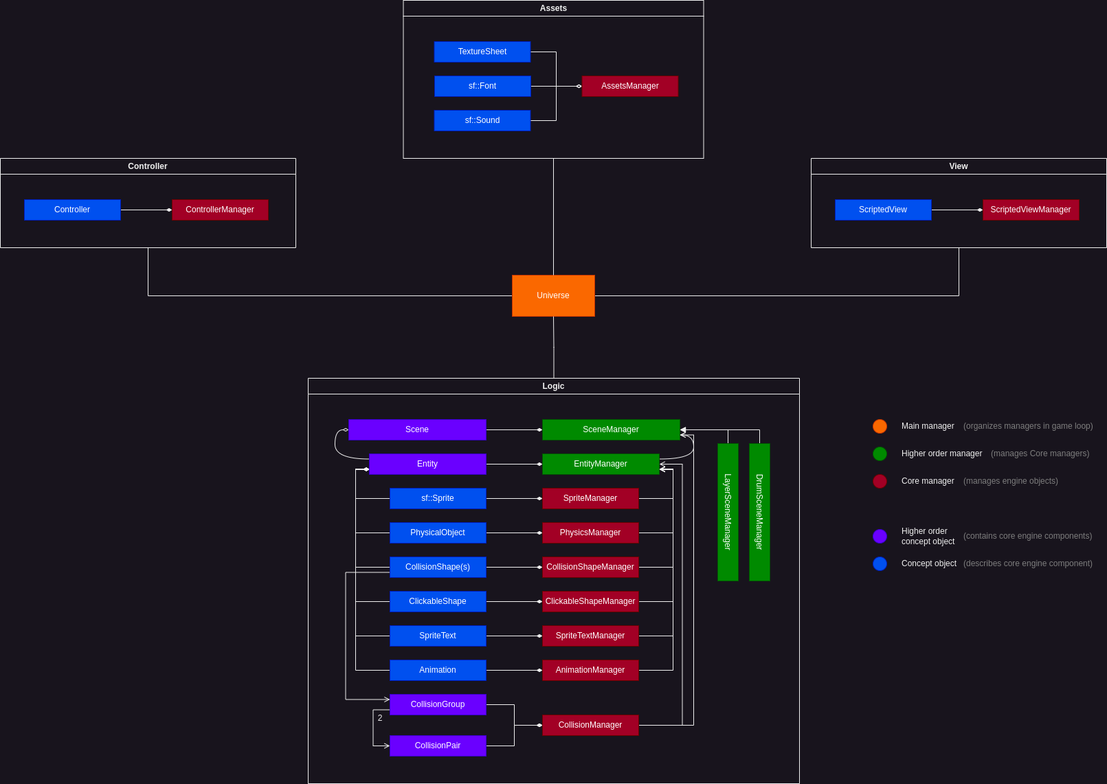
Above: notes/Engine.drawio.png in codeandjoy/SGE (draw.io), before the change. Source tidied: cells renumbered, new cells last; positions are measured from the earlier drawing's top-left corner, leaving out a move shared by most shapes.
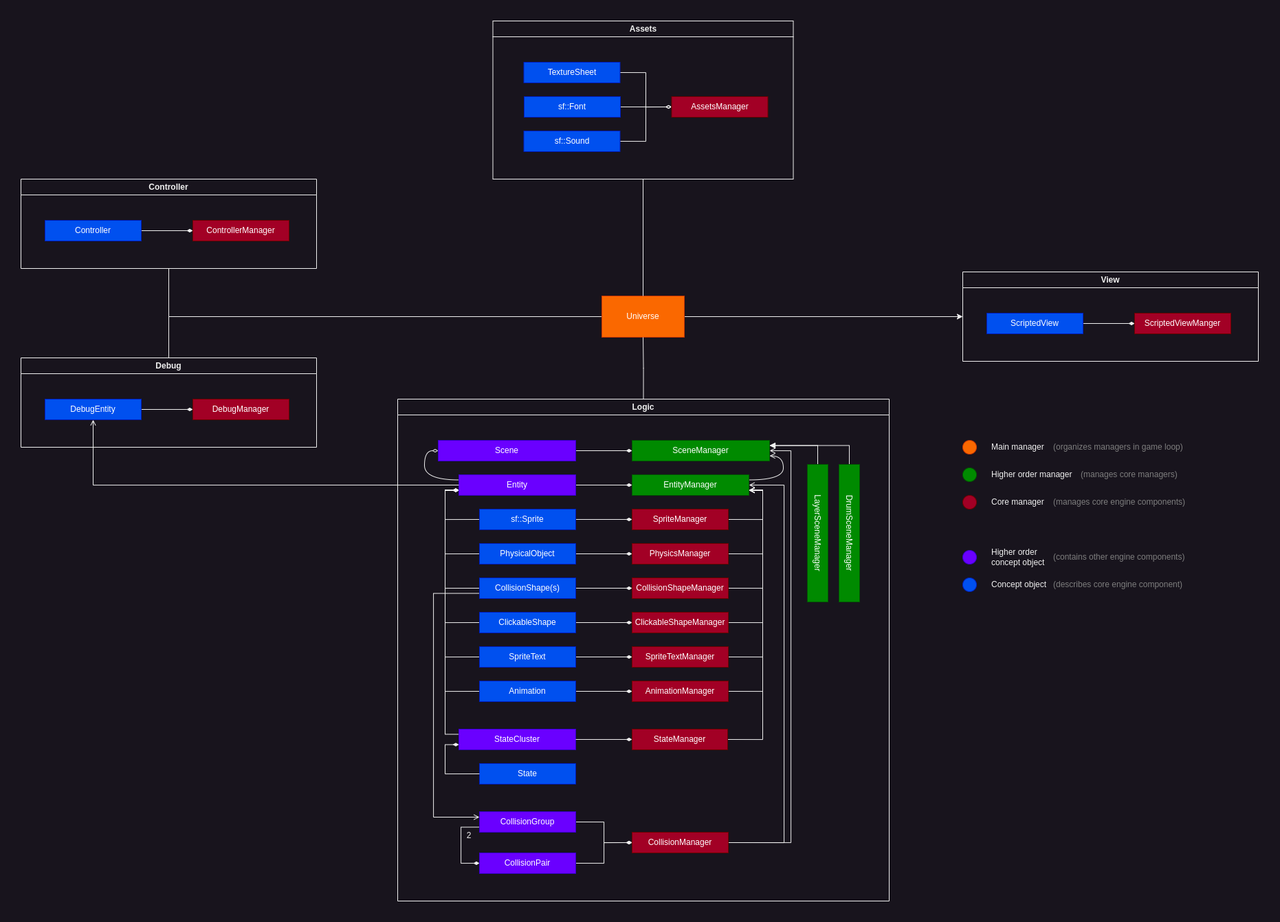
After the change.

The edit, as a diff of the source:
```diff
@@ -2,12 +2,15 @@
   <root>
     <mxCell id="0" />
     <mxCell id="1" parent="0" />
+    <mxCell id="3" style="edgeStyle=orthogonalEdgeStyle;rounded=0;jettySize=auto;html=1;exitX=0;exitY=0.5;exitDx=0;exitDy=0;entryX=0.5;entryY=1;entryDx=0;entryDy=0;endArrow=none;endFill=0;" parent="1" edge="1" source="4" target="80">
+      <mxGeometry relative="1" as="geometry" />
+    </mxCell>
-    <mxCell id="2" style="edgeStyle=orthogonalEdgeStyle;rounded=0;jettySize=auto;html=1;exitX=1;exitY=0.5;exitDx=0;exitDy=0;entryX=0.5;entryY=1;entryDx=0;entryDy=0;endArrow=none;endFill=0;" parent="1" edge="1" source="4" target="68">
+    <mxCell id="2" style="edgeStyle=orthogonalEdgeStyle;rounded=0;jettySize=auto;html=1;exitX=0;exitY=0.5;exitDx=0;exitDy=0;entryX=0.5;entryY=0;entryDx=0;entryDy=0;endArrow=none;endFill=0;" parent="1" edge="1" source="4" target="68">
       <mxGeometry relative="1" as="geometry" />
     </mxCell>
-    <mxCell id="3" style="edgeStyle=orthogonalEdgeStyle;rounded=0;jettySize=auto;html=1;exitX=0;exitY=0.5;exitDx=0;exitDy=0;entryX=0.5;entryY=1;entryDx=0;entryDy=0;endArrow=none;endFill=0;" parent="1" edge="1" source="4" target="80">
-      <mxGeometry relative="1" as="geometry" />
-    </mxCell>
+    <mxCell id="91" style="edgeStyle=orthogonalEdgeStyle;rounded=0;jettySize=auto;html=1;exitX=1;exitY=0.5;exitDx=0;exitDy=0;entryX=0;entryY=0.5;entryDx=0;entryDy=0;" parent="1" edge="1" source="4" target="99">
+      <mxGeometry relative="1" as="geometry" />
+    </mxCell>
     <mxCell id="4" value="&lt;font color=&quot;#ffffff&quot;&gt;Universe&lt;/font&gt;" style="rounded=0;whiteSpace=wrap;html=1;fillColor=#fa6800;fontColor=#000000;strokeColor=#C73500;" parent="1" vertex="1">
       <mxGeometry x="745" y="400" width="120" height="60" as="geometry" />
     </mxCell>
@@ -15,7 +18,7 @@
       <mxGeometry relative="1" as="geometry" />
     </mxCell>
     <mxCell id="6" value="Logic" style="swimlane;whiteSpace=wrap;html=1;" parent="1" vertex="1">
-      <mxGeometry x="448" y="550" width="715" height="590" as="geometry" />
+      <mxGeometry x="448" y="550" width="715" height="730" as="geometry" />
     </mxCell>
     <mxCell id="7" style="edgeStyle=orthogonalEdgeStyle;rounded=0;jettySize=auto;html=1;exitX=1;exitY=0.5;exitDx=0;exitDy=0;entryX=0;entryY=0.5;entryDx=0;entryDy=0;endArrow=diamondThin;endFill=1;" parent="6" edge="1" source="8" target="31">
       <mxGeometry relative="1" as="geometry" />
@@ -59,8 +62,9 @@
     <mxCell id="20" style="edgeStyle=orthogonalEdgeStyle;rounded=0;jettySize=auto;html=1;exitX=0;exitY=0.75;exitDx=0;exitDy=0;entryX=0;entryY=0.25;entryDx=0;entryDy=0;endArrow=open;endFill=0;" parent="6" edge="1" source="21" target="51">
       <mxGeometry relative="1" as="geometry">
         <Array as="points">
-          <mxPoint x="54.5" y="283" />
-          <mxPoint x="54.5" y="467" />
+          <mxPoint x="52" y="283" />
+          <mxPoint x="52" y="608" />
+          <mxPoint x="119" y="608" />
         </Array>
       </mxGeometry>
     </mxCell>
@@ -142,52 +146,78 @@
     <mxCell id="46" style="edgeStyle=orthogonalEdgeStyle;rounded=0;jettySize=auto;html=1;exitX=1;exitY=0.5;exitDx=0;exitDy=0;entryX=1;entryY=0.5;entryDx=0;entryDy=0;endArrow=open;endFill=0;" parent="6" edge="1" source="48" target="33">
       <mxGeometry relative="1" as="geometry">
         <Array as="points">
-          <mxPoint x="544.5" y="505" />
-          <mxPoint x="544.5" y="125" />
+          <mxPoint x="562" y="645" />
+          <mxPoint x="562" y="125" />
         </Array>
       </mxGeometry>
     </mxCell>
-    <mxCell id="47" style="edgeStyle=orthogonalEdgeStyle;rounded=0;jettySize=auto;html=1;exitX=1;exitY=0.5;exitDx=0;exitDy=0;entryX=1;entryY=0.75;entryDx=0;entryDy=0;endArrow=open;endFill=0;" parent="6" edge="1" source="48" target="31">
-      <mxGeometry relative="1" as="geometry" />
+    <mxCell id="47" style="edgeStyle=orthogonalEdgeStyle;rounded=0;jettySize=auto;html=1;exitX=1;exitY=0.5;exitDx=0;exitDy=0;entryX=1;entryY=0.5;entryDx=0;entryDy=0;endArrow=open;endFill=0;" parent="6" edge="1" source="48" target="31">
+      <mxGeometry relative="1" as="geometry">
+        <Array as="points">
+          <mxPoint x="572" y="645" />
+          <mxPoint x="572" y="75" />
+        </Array>
+      </mxGeometry>
     </mxCell>
     <mxCell id="48" value="CollisionManager" style="rounded=0;whiteSpace=wrap;html=1;fillColor=#a20025;fontColor=#ffffff;strokeColor=#6F0000;" parent="6" vertex="1">
-      <mxGeometry x="341" y="490" width="140" height="30" as="geometry" />
+      <mxGeometry x="341" y="630" width="140" height="30" as="geometry" />
     </mxCell>
-    <mxCell id="49" style="edgeStyle=orthogonalEdgeStyle;rounded=0;jettySize=auto;html=1;exitX=0;exitY=0.75;exitDx=0;exitDy=0;entryX=0;entryY=0.5;entryDx=0;entryDy=0;endArrow=open;endFill=0;" parent="6" edge="1" source="51" target="53">
-      <mxGeometry relative="1" as="geometry">
-        <Array as="points">
-          <mxPoint x="94.5" y="483" />
-          <mxPoint x="94.5" y="535" />
-        </Array>
-      </mxGeometry>
-    </mxCell>
     <mxCell id="50" style="edgeStyle=orthogonalEdgeStyle;rounded=0;jettySize=auto;html=1;exitX=1;exitY=0.5;exitDx=0;exitDy=0;entryX=0;entryY=0.5;entryDx=0;entryDy=0;endArrow=diamondThin;endFill=1;" parent="6" edge="1" source="51" target="48">
       <mxGeometry relative="1" as="geometry" />
     </mxCell>
-    <mxCell id="51" value="CollisionGroup" style="rounded=0;whiteSpace=wrap;html=1;fillColor=#6a00ff;fontColor=#ffffff;strokeColor=#3700CC;" parent="6" vertex="1">
-      <mxGeometry x="119" y="460" width="140" height="30" as="geometry" />
-    </mxCell>
     <mxCell id="52" style="edgeStyle=orthogonalEdgeStyle;rounded=0;jettySize=auto;html=1;exitX=1;exitY=0.5;exitDx=0;exitDy=0;entryX=0;entryY=0.5;entryDx=0;entryDy=0;endArrow=diamondThin;endFill=1;" parent="6" edge="1" source="53" target="48">
       <mxGeometry relative="1" as="geometry" />
     </mxCell>
     <mxCell id="53" value="CollisionPair" style="rounded=0;whiteSpace=wrap;html=1;fillColor=#6a00ff;fontColor=#ffffff;strokeColor=#3700CC;" parent="6" vertex="1">
-      <mxGeometry x="119" y="520" width="140" height="30" as="geometry" />
+      <mxGeometry x="119" y="660" width="140" height="30" as="geometry" />
     </mxCell>
     <mxCell id="54" value="2" style="text;html=1;strokeColor=none;fillColor=none;align=center;verticalAlign=middle;whiteSpace=wrap;rounded=0;" parent="6" vertex="1">
-      <mxGeometry x="74.5" y="480" width="60" height="30" as="geometry" />
+      <mxGeometry x="73.5" y="620" width="60" height="30" as="geometry" />
     </mxCell>
-    <mxCell id="55" style="edgeStyle=orthogonalEdgeStyle;rounded=0;jettySize=auto;html=1;exitX=0;exitY=0.5;exitDx=0;exitDy=0;entryX=1;entryY=0.5;entryDx=0;entryDy=0;endArrow=block;endFill=1;" parent="6" edge="1" source="56" target="31">
+    <mxCell id="55" style="edgeStyle=orthogonalEdgeStyle;rounded=0;jettySize=auto;html=1;exitX=0;exitY=0.5;exitDx=0;exitDy=0;entryX=1;entryY=0.25;entryDx=0;entryDy=0;endArrow=block;endFill=1;" parent="6" edge="1" source="56" target="31">
       <mxGeometry relative="1" as="geometry" />
     </mxCell>
     <mxCell id="56" value="DrumSceneManager" style="rounded=0;whiteSpace=wrap;html=1;rotation=90;fillColor=#008a00;fontColor=#ffffff;strokeColor=#005700;" parent="6" vertex="1">
       <mxGeometry x="557" y="180" width="200" height="30" as="geometry" />
     </mxCell>
-    <mxCell id="57" style="edgeStyle=orthogonalEdgeStyle;rounded=0;jettySize=auto;html=1;exitX=0;exitY=0.5;exitDx=0;exitDy=0;entryX=1;entryY=0.5;entryDx=0;entryDy=0;endArrow=block;endFill=1;" parent="6" edge="1" source="58" target="31">
+    <mxCell id="57" style="edgeStyle=orthogonalEdgeStyle;rounded=0;jettySize=auto;html=1;exitX=0;exitY=0.5;exitDx=0;exitDy=0;entryX=1;entryY=0.25;entryDx=0;entryDy=0;endArrow=block;endFill=1;" parent="6" edge="1" source="58" target="31">
       <mxGeometry relative="1" as="geometry" />
     </mxCell>
     <mxCell id="58" value="LayerSceneManager" style="rounded=0;whiteSpace=wrap;html=1;rotation=90;fillColor=#008a00;fontColor=#ffffff;strokeColor=#005700;" parent="6" vertex="1">
       <mxGeometry x="511" y="180" width="200" height="30" as="geometry" />
     </mxCell>
+    <mxCell id="92" style="edgeStyle=orthogonalEdgeStyle;rounded=0;jettySize=auto;html=1;exitX=0;exitY=0.25;exitDx=0;exitDy=0;entryX=0;entryY=0.75;entryDx=0;entryDy=0;endArrow=diamondThin;endFill=1;" parent="6" edge="1" source="93" target="11">
+      <mxGeometry relative="1" as="geometry" />
+    </mxCell>
+    <mxCell id="93" value="StateCluster" style="rounded=0;whiteSpace=wrap;html=1;fillColor=#6a00ff;fontColor=#ffffff;strokeColor=#3700CC;" parent="6" vertex="1">
+      <mxGeometry x="89" y="480" width="170" height="30" as="geometry" />
+    </mxCell>
+    <mxCell id="94" value="State" style="rounded=0;whiteSpace=wrap;html=1;fillColor=#0050ef;fontColor=#ffffff;strokeColor=#001DBC;" parent="6" vertex="1">
+      <mxGeometry x="119" y="530" width="140" height="30" as="geometry" />
+    </mxCell>
+    <mxCell id="95" style="edgeStyle=orthogonalEdgeStyle;rounded=0;jettySize=auto;html=1;exitX=1;exitY=0.5;exitDx=0;exitDy=0;entryX=1;entryY=0.75;entryDx=0;entryDy=0;endArrow=open;endFill=0;" parent="6" edge="1" source="96" target="33">
+      <mxGeometry relative="1" as="geometry" />
+    </mxCell>
+    <mxCell id="96" value="StateManager" style="rounded=0;whiteSpace=wrap;html=1;fillColor=#a20025;fontColor=#ffffff;strokeColor=#6F0000;" parent="6" vertex="1">
+      <mxGeometry x="341" y="480" width="139" height="30" as="geometry" />
+    </mxCell>
+    <mxCell id="97" style="edgeStyle=orthogonalEdgeStyle;rounded=0;jettySize=auto;html=1;exitX=0;exitY=0.5;exitDx=0;exitDy=0;entryX=0;entryY=0.75;entryDx=0;entryDy=0;endArrow=diamondThin;endFill=1;" parent="6" edge="1" source="94" target="93">
+      <mxGeometry relative="1" as="geometry" />
+    </mxCell>
+    <mxCell id="98" style="edgeStyle=orthogonalEdgeStyle;rounded=0;jettySize=auto;html=1;exitX=1;exitY=0.5;exitDx=0;exitDy=0;entryX=0;entryY=0.5;entryDx=0;entryDy=0;endArrow=diamondThin;endFill=1;" parent="6" edge="1" source="93" target="96">
+      <mxGeometry relative="1" as="geometry" />
+    </mxCell>
+    <mxCell id="49" style="edgeStyle=orthogonalEdgeStyle;rounded=0;jettySize=auto;html=1;exitX=0;exitY=0.75;exitDx=0;exitDy=0;entryX=0;entryY=0.5;entryDx=0;entryDy=0;endArrow=diamondThin;endFill=1;" parent="6" edge="1" source="51" target="53">
+      <mxGeometry relative="1" as="geometry">
+        <Array as="points">
+          <mxPoint x="92" y="623" />
+          <mxPoint x="92" y="675" />
+        </Array>
+      </mxGeometry>
+    </mxCell>
+    <mxCell id="51" value="CollisionGroup" style="rounded=0;whiteSpace=wrap;html=1;fillColor=#6a00ff;fontColor=#ffffff;strokeColor=#3700CC;" parent="6" vertex="1">
+      <mxGeometry x="119" y="600" width="140" height="30" as="geometry" />
+    </mxCell>
     <mxCell id="59" style="edgeStyle=orthogonalEdgeStyle;rounded=0;jettySize=auto;html=1;exitX=0.5;exitY=1;exitDx=0;exitDy=0;entryX=0.5;entryY=0;entryDx=0;entryDy=0;endArrow=none;endFill=0;" parent="1" edge="1" source="60" target="4">
       <mxGeometry relative="1" as="geometry" />
     </mxCell>
@@ -215,16 +245,16 @@
     <mxCell id="67" value="AssetsManager" style="rounded=0;whiteSpace=wrap;html=1;fillColor=#a20025;fontColor=#ffffff;strokeColor=#6F0000;" parent="60" vertex="1">
       <mxGeometry x="260" y="110" width="140" height="30" as="geometry" />
     </mxCell>
-    <mxCell id="68" value="View" style="swimlane;whiteSpace=wrap;html=1;" parent="1" vertex="1">
-      <mxGeometry x="1180" y="230" width="430" height="130" as="geometry" />
+    <mxCell id="68" value="Debug" style="swimlane;whiteSpace=wrap;html=1;" parent="1" vertex="1">
+      <mxGeometry x="-100" y="490" width="430" height="130" as="geometry" />
     </mxCell>
     <mxCell id="69" style="edgeStyle=orthogonalEdgeStyle;rounded=0;jettySize=auto;html=1;exitX=1;exitY=0.5;exitDx=0;exitDy=0;entryX=0;entryY=0.5;entryDx=0;entryDy=0;endArrow=diamondThin;endFill=1;" parent="68" edge="1" source="70" target="71">
       <mxGeometry relative="1" as="geometry" />
     </mxCell>
-    <mxCell id="70" value="ScriptedView" style="rounded=0;whiteSpace=wrap;html=1;fillColor=#0050ef;fontColor=#ffffff;strokeColor=#001DBC;" parent="68" vertex="1">
+    <mxCell id="70" value="DebugEntity" style="rounded=0;whiteSpace=wrap;html=1;fillColor=#0050ef;fontColor=#ffffff;strokeColor=#001DBC;" parent="68" vertex="1">
       <mxGeometry x="35" y="60" width="140" height="30" as="geometry" />
     </mxCell>
-    <mxCell id="71" value="ScriptedViewManager" style="rounded=0;whiteSpace=wrap;html=1;fillColor=#a20025;fontColor=#ffffff;strokeColor=#6F0000;" parent="68" vertex="1">
+    <mxCell id="71" value="DebugManager" style="rounded=0;whiteSpace=wrap;html=1;fillColor=#a20025;fontColor=#ffffff;strokeColor=#6F0000;" parent="68" vertex="1">
       <mxGeometry x="250" y="60" width="140" height="30" as="geometry" />
     </mxCell>
     <mxCell id="72" style="ellipse;whiteSpace=wrap;html=1;fillColor=#a20025;fontColor=#ffffff;strokeColor=#6F0000;" parent="1" vertex="1">
@@ -252,7 +282,7 @@
       <mxGeometry x="1310" y="605" width="100" height="30" as="geometry" />
     </mxCell>
     <mxCell id="80" value="Controller" style="swimlane;whiteSpace=wrap;html=1;" parent="1" vertex="1">
-      <mxGeometry y="230" width="430" height="130" as="geometry" />
+      <mxGeometry x="-100" y="230" width="430" height="130" as="geometry" />
     </mxCell>
     <mxCell id="81" style="edgeStyle=orthogonalEdgeStyle;rounded=0;jettySize=auto;html=1;exitX=1;exitY=0.5;exitDx=0;exitDy=0;entryX=0;entryY=0.5;entryDx=0;entryDy=0;endArrow=diamondThin;endFill=1;" parent="80" edge="1" source="82" target="83">
       <mxGeometry relative="1" as="geometry" />
@@ -263,13 +293,13 @@
     <mxCell id="83" value="ControllerManager" style="rounded=0;whiteSpace=wrap;html=1;fillColor=#a20025;fontColor=#ffffff;strokeColor=#6F0000;" parent="80" vertex="1">
       <mxGeometry x="250" y="60" width="140" height="30" as="geometry" />
     </mxCell>
-    <mxCell id="84" value="&lt;font color=&quot;#7d7d7d&quot;&gt;(manages Core managers)&lt;/font&gt;" style="text;html=1;strokeColor=none;fillColor=none;align=left;verticalAlign=middle;whiteSpace=wrap;rounded=0;" parent="1" vertex="1">
+    <mxCell id="84" value="&lt;font color=&quot;#7d7d7d&quot;&gt;(manages core managers)&lt;/font&gt;" style="text;html=1;strokeColor=none;fillColor=none;align=left;verticalAlign=middle;whiteSpace=wrap;rounded=0;" parent="1" vertex="1">
       <mxGeometry x="1440" y="645" width="150" height="30" as="geometry" />
     </mxCell>
     <mxCell id="85" value="&lt;font color=&quot;#7d7d7d&quot;&gt;(organizes managers in game loop)&lt;/font&gt;" style="text;html=1;strokeColor=none;fillColor=none;align=left;verticalAlign=middle;whiteSpace=wrap;rounded=0;" parent="1" vertex="1">
       <mxGeometry x="1400" y="605" width="200" height="30" as="geometry" />
     </mxCell>
-    <mxCell id="86" value="&lt;font color=&quot;#7d7d7d&quot;&gt;(manages engine objects)&lt;/font&gt;" style="text;html=1;strokeColor=none;fillColor=none;align=left;verticalAlign=middle;whiteSpace=wrap;rounded=0;" parent="1" vertex="1">
+    <mxCell id="86" value="&lt;font color=&quot;#7d7d7d&quot;&gt;(manages core engine components)&lt;/font&gt;" style="text;html=1;strokeColor=none;fillColor=none;align=left;verticalAlign=middle;whiteSpace=wrap;rounded=0;" parent="1" vertex="1">
       <mxGeometry x="1400" y="685" width="200" height="30" as="geometry" />
     </mxCell>
     <mxCell id="87" value="&lt;font color=&quot;#7d7d7d&quot;&gt;(describes core engine component)&lt;/font&gt;" style="text;html=1;strokeColor=none;fillColor=none;align=left;verticalAlign=middle;whiteSpace=wrap;rounded=0;" parent="1" vertex="1">
@@ -281,8 +311,23 @@
     <mxCell id="89" value="Higher order concept object" style="text;html=1;strokeColor=none;fillColor=none;align=left;verticalAlign=middle;whiteSpace=wrap;rounded=0;" parent="1" vertex="1">
       <mxGeometry x="1310" y="765" width="100" height="30" as="geometry" />
     </mxCell>
-    <mxCell id="90" value="&lt;font color=&quot;#7d7d7d&quot;&gt;(contains core engine components)&lt;/font&gt;" style="text;html=1;strokeColor=none;fillColor=none;align=left;verticalAlign=middle;whiteSpace=wrap;rounded=0;" parent="1" vertex="1">
+    <mxCell id="90" value="&lt;font color=&quot;#7d7d7d&quot;&gt;(contains other engine components)&lt;/font&gt;" style="text;html=1;strokeColor=none;fillColor=none;align=left;verticalAlign=middle;whiteSpace=wrap;rounded=0;" parent="1" vertex="1">
       <mxGeometry x="1400" y="765" width="200" height="30" as="geometry" />
     </mxCell>
+    <mxCell id="99" value="View" style="swimlane;whiteSpace=wrap;html=1;" parent="1" vertex="1">
+      <mxGeometry x="1270" y="365" width="430" height="130" as="geometry" />
+    </mxCell>
+    <mxCell id="100" style="edgeStyle=orthogonalEdgeStyle;rounded=0;jettySize=auto;html=1;exitX=1;exitY=0.5;exitDx=0;exitDy=0;entryX=0;entryY=0.5;entryDx=0;entryDy=0;endArrow=diamondThin;endFill=1;" parent="99" edge="1" source="101" target="102">
+      <mxGeometry relative="1" as="geometry" />
+    </mxCell>
+    <mxCell id="101" value="ScriptedView" style="rounded=0;whiteSpace=wrap;html=1;fillColor=#0050ef;fontColor=#ffffff;strokeColor=#001DBC;" parent="99" vertex="1">
+      <mxGeometry x="35" y="60" width="140" height="30" as="geometry" />
+    </mxCell>
+    <mxCell id="102" value="ScriptedViewManger" style="rounded=0;whiteSpace=wrap;html=1;fillColor=#a20025;fontColor=#ffffff;strokeColor=#6F0000;" parent="99" vertex="1">
+      <mxGeometry x="250" y="60" width="140" height="30" as="geometry" />
+    </mxCell>
+    <mxCell id="103" style="edgeStyle=orthogonalEdgeStyle;rounded=0;jettySize=auto;html=1;exitX=0;exitY=0.5;exitDx=0;exitDy=0;entryX=0.5;entryY=1;entryDx=0;entryDy=0;endArrow=open;endFill=0;" parent="1" edge="1" source="11" target="70">
+      <mxGeometry relative="1" as="geometry" />
+    </mxCell>
   </root>
 </mxGraphModel>
```
